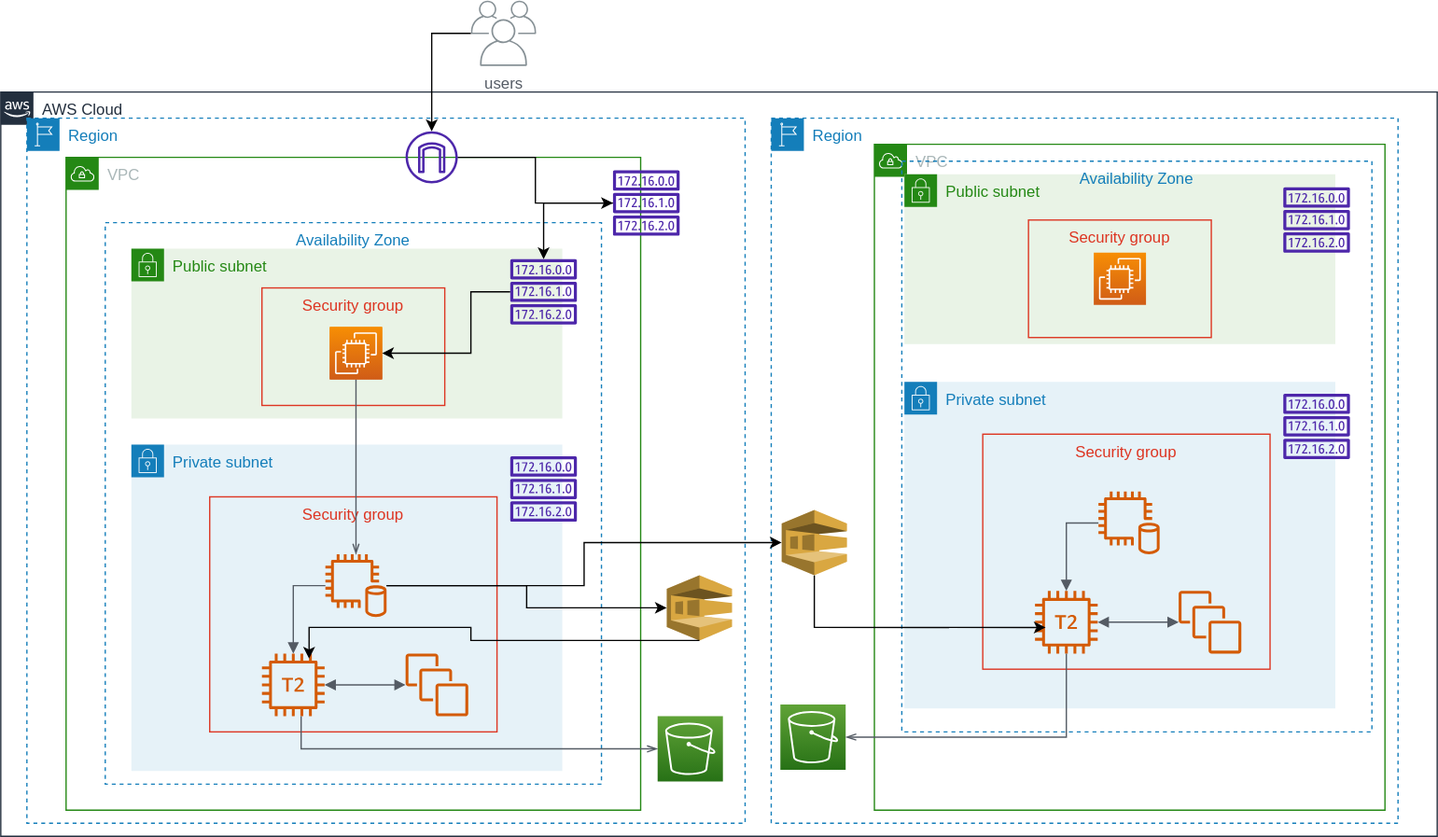
Above: Untitled Diagram.drawio.svg in chiru42/drawio_diagrams (draw.io), before the change. Source tidied: cells renumbered, new cells last; positions are measured from the earlier drawing's top-left corner, leaving out a move shared by most shapes.
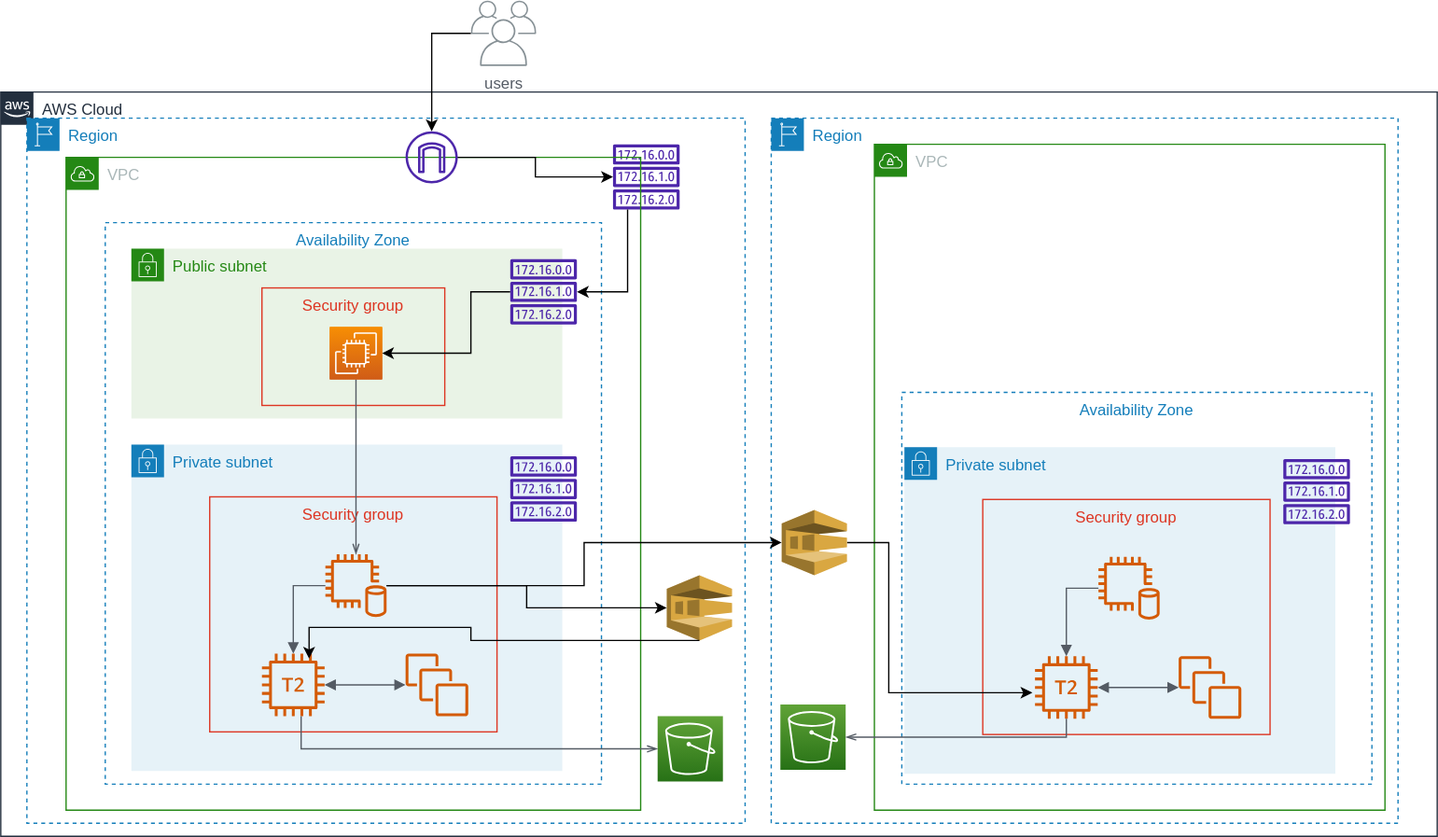
The same diagram one commit later.

Commit message:
removed webserver in Region-2

Change to the diagram source:
```diff
@@ -11,34 +11,34 @@
     <mxCell id="4" style="outlineConnect=0;dashed=0;verticalLabelPosition=bottom;verticalAlign=top;align=center;html=1;shape=mxgraph.aws3.sqs;fillColor=#D9A741;gradientColor=none;" parent="3" vertex="1">
       <mxGeometry x="490" y="350" width="50" height="50" as="geometry" />
     </mxCell>
+    <mxCell id="45" style="sketch=0;outlineConnect=0;fontColor=#232F3E;gradientColor=none;fillColor=#4D27AA;strokeColor=none;dashed=0;verticalLabelPosition=bottom;verticalAlign=top;align=center;html=1;fontSize=12;fontStyle=0;shape=mxgraph.aws4.route_table;" parent="3" vertex="1">
+      <mxGeometry x="448.7" y="20" width="51.3" height="50" as="geometry" />
+    </mxCell>
     <mxCell id="5" value="Region" style="gradientColor=none;html=1;whiteSpace=wrap;fontSize=12;fontStyle=0;shape=mxgraph.aws4.group;grIcon=mxgraph.aws4.group_region;strokeColor=#147EBA;fillColor=none;verticalAlign=top;align=left;spacingLeft=30;fontColor=#147EBA;dashed=1;" parent="2" vertex="1">
       <mxGeometry x="590" y="20" width="480" height="540" as="geometry" />
     </mxCell>
     <mxCell id="6" value="VPC" style="gradientColor=none;html=1;whiteSpace=wrap;fontSize=12;fontStyle=0;shape=mxgraph.aws4.group;grIcon=mxgraph.aws4.group_vpc;strokeColor=#248814;fillColor=none;verticalAlign=top;align=left;spacingLeft=30;fontColor=#AAB7B8;dashed=0;" parent="5" vertex="1">
       <mxGeometry x="79" y="20" width="391" height="510" as="geometry" />
     </mxCell>
-    <mxCell id="7" value="Public subnet" style="gradientColor=none;html=1;whiteSpace=wrap;fontSize=12;fontStyle=0;shape=mxgraph.aws4.group;grIcon=mxgraph.aws4.group_security_group;grStroke=0;strokeColor=#248814;fillColor=#E9F3E6;verticalAlign=top;align=left;spacingLeft=30;fontColor=#248814;dashed=0;" parent="6" vertex="1">
-      <mxGeometry x="23" y="23" width="330" height="130" as="geometry" />
-    </mxCell>
     <mxCell id="8" value="Private subnet" style="gradientColor=none;html=1;whiteSpace=wrap;fontSize=12;fontStyle=0;shape=mxgraph.aws4.group;grIcon=mxgraph.aws4.group_security_group;grStroke=0;strokeColor=#147EBA;fillColor=#E6F2F8;verticalAlign=top;align=left;spacingLeft=30;fontColor=#147EBA;dashed=0;" parent="6" vertex="1">
-      <mxGeometry x="23" y="182" width="330" height="250" as="geometry" />
+      <mxGeometry x="23" y="232" width="330" height="250" as="geometry" />
     </mxCell>
     <mxCell id="9" value="Security group" style="fillColor=none;strokeColor=#DD3522;verticalAlign=top;fontStyle=0;fontColor=#DD3522;" parent="6" vertex="1">
-      <mxGeometry x="83" y="222" width="220" height="180" as="geometry" />
+      <mxGeometry x="83" y="272" width="220" height="180" as="geometry" />
     </mxCell>
     <mxCell id="10" style="sketch=0;outlineConnect=0;fontColor=#232F3E;gradientColor=none;fillColor=#D45B07;strokeColor=none;dashed=0;verticalLabelPosition=bottom;verticalAlign=top;align=center;html=1;fontSize=12;fontStyle=0;shape=mxgraph.aws4.t2_instance;" parent="6" vertex="1">
-      <mxGeometry x="123" y="342" width="48" height="48" as="geometry" />
+      <mxGeometry x="123" y="392" width="48" height="48" as="geometry" />
     </mxCell>
     <mxCell id="11" style="sketch=0;outlineConnect=0;fontColor=#232F3E;gradientColor=none;fillColor=#D45B07;strokeColor=none;dashed=0;verticalLabelPosition=bottom;verticalAlign=top;align=center;html=1;fontSize=12;fontStyle=0;shape=mxgraph.aws4.instances;" parent="6" vertex="1">
-      <mxGeometry x="233" y="342" width="48" height="48" as="geometry" />
+      <mxGeometry x="233" y="392" width="48" height="48" as="geometry" />
     </mxCell>
     <mxCell id="12" style="sketch=0;outlineConnect=0;fontColor=#232F3E;gradientColor=none;fillColor=#D45B07;strokeColor=none;dashed=0;verticalLabelPosition=bottom;verticalAlign=top;align=center;html=1;fontSize=12;fontStyle=0;shape=mxgraph.aws4.db_on_instance2;" parent="6" vertex="1">
-      <mxGeometry x="171" y="266" width="48" height="48" as="geometry" />
+      <mxGeometry x="171" y="316" width="48" height="48" as="geometry" />
     </mxCell>
     <mxCell id="13" style="edgeStyle=orthogonalEdgeStyle;html=1;endArrow=block;elbow=vertical;startArrow=none;endFill=1;strokeColor=#545B64;rounded=0;" parent="6" edge="1" source="12" target="10">
       <mxGeometry relative="1" as="geometry">
         <Array as="points">
-          <mxPoint x="147" y="290" />
+          <mxPoint x="147" y="340" />
         </Array>
       </mxGeometry>
     </mxCell>
@@ -46,27 +46,20 @@
       <mxGeometry relative="1" as="geometry" />
     </mxCell>
     <mxCell id="15" style="sketch=0;fontColor=#232F3E;gradientColor=none;fillColor=#4D27AA;strokeColor=none;dashed=0;verticalLabelPosition=bottom;verticalAlign=top;align=center;html=1;fontSize=12;fontStyle=0;shape=mxgraph.aws4.route_table;" parent="6" vertex="1">
-      <mxGeometry x="313" y="191" width="51.3" height="50" as="geometry" />
+      <mxGeometry x="313" y="241" width="51.3" height="50" as="geometry" />
     </mxCell>
     <mxCell id="16" value="Availability Zone" style="fillColor=none;strokeColor=#147EBA;dashed=1;verticalAlign=top;fontStyle=0;fontColor=#147EBA;" parent="6" vertex="1">
-      <mxGeometry x="21" y="13" width="360" height="437" as="geometry" />
+      <mxGeometry x="21" y="190" width="360" height="300" as="geometry" />
     </mxCell>
-    <mxCell id="17" style="sketch=0;fontColor=#232F3E;gradientColor=none;fillColor=#4D27AA;strokeColor=none;dashed=0;verticalLabelPosition=bottom;verticalAlign=top;align=center;html=1;fontSize=12;fontStyle=0;shape=mxgraph.aws4.route_table;" parent="6" vertex="1">
-      <mxGeometry x="313" y="33" width="51.3" height="50" as="geometry" />
-    </mxCell>
-    <mxCell id="18" style="sketch=0;fontColor=#232F3E;gradientColor=#F78E04;gradientDirection=north;fillColor=#D05C17;strokeColor=#ffffff;dashed=0;verticalLabelPosition=bottom;verticalAlign=top;align=center;html=1;fontSize=12;fontStyle=0;shape=mxgraph.aws4.resourceIcon;resIcon=mxgraph.aws4.ec2;" parent="6" vertex="1">
-      <mxGeometry x="168" y="83" width="40" height="40" as="geometry" />
-    </mxCell>
-    <mxCell id="19" value="Security group" style="fillColor=none;strokeColor=#DD3522;verticalAlign=top;fontStyle=0;fontColor=#DD3522;" parent="6" vertex="1">
-      <mxGeometry x="118" y="58" width="140" height="90" as="geometry" />
-    </mxCell>
-    <mxCell id="20" style="edgeStyle=orthogonalEdgeStyle;rounded=0;jettySize=auto;html=1;exitX=0.5;exitY=1;exitDx=0;exitDy=0;exitPerimeter=0;entryX=0.306;entryY=0.817;entryDx=0;entryDy=0;entryPerimeter=0;" parent="6" edge="1" source="21" target="16">
-      <mxGeometry relative="1" as="geometry">
-        <Array as="points">
-          <mxPoint x="-46" y="370" />
-        </Array>
-      </mxGeometry>
-    </mxCell>
+    <mxCell id="53" style="edgeStyle=orthogonalEdgeStyle;rounded=0;jettySize=auto;html=1;" parent="6" edge="1" source="21">
+      <mxGeometry relative="1" as="geometry">
+        <mxPoint x="121" y="420" as="targetPoint" />
+        <Array as="points">
+          <mxPoint x="11" y="305" />
+          <mxPoint x="11" y="420" />
+        </Array>
+      </mxGeometry>
+    </mxCell>
     <mxCell id="21" style="outlineConnect=0;dashed=0;verticalLabelPosition=bottom;verticalAlign=top;align=center;html=1;shape=mxgraph.aws3.sqs;fillColor=#D9A741;gradientColor=none;" parent="6" vertex="1">
       <mxGeometry x="-71" y="280" width="50" height="50" as="geometry" />
     </mxCell>
@@ -133,9 +126,6 @@
     <mxCell id="38" style="edgeStyle=orthogonalEdgeStyle;html=1;endArrow=block;elbow=vertical;startArrow=block;startFill=1;endFill=1;strokeColor=#545B64;rounded=0;" parent="24" edge="1" source="31" target="32">
       <mxGeometry relative="1" as="geometry" />
     </mxCell>
-    <mxCell id="39" style="edgeStyle=orthogonalEdgeStyle;rounded=0;jettySize=auto;html=1;" parent="24" edge="1" source="40" target="45">
-      <mxGeometry relative="1" as="geometry" />
-    </mxCell>
     <mxCell id="40" style="sketch=0;outlineConnect=0;fontColor=#232F3E;gradientColor=none;fillColor=#4D27AA;strokeColor=none;dashed=0;verticalLabelPosition=bottom;verticalAlign=top;align=center;html=1;fontSize=12;fontStyle=0;shape=mxgraph.aws4.internet_gateway;" parent="24" vertex="1">
       <mxGeometry x="260" y="-20" width="40" height="40" as="geometry" />
     </mxCell>
@@ -153,12 +143,6 @@
     <mxCell id="43" style="sketch=0;fontColor=#232F3E;gradientColor=none;fillColor=#4D27AA;strokeColor=none;dashed=0;verticalLabelPosition=bottom;verticalAlign=top;align=center;html=1;fontSize=12;fontStyle=0;shape=mxgraph.aws4.route_table;" parent="24" vertex="1">
       <mxGeometry x="340" y="229" width="51.3" height="50" as="geometry" />
     </mxCell>
-    <mxCell id="44" style="edgeStyle=orthogonalEdgeStyle;rounded=0;jettySize=auto;html=1;" parent="24" edge="1" source="45" target="42">
-      <mxGeometry relative="1" as="geometry" />
-    </mxCell>
-    <mxCell id="45" style="sketch=0;outlineConnect=0;fontColor=#232F3E;gradientColor=none;fillColor=#4D27AA;strokeColor=none;dashed=0;verticalLabelPosition=bottom;verticalAlign=top;align=center;html=1;fontSize=12;fontStyle=0;shape=mxgraph.aws4.route_table;" parent="24" vertex="1">
-      <mxGeometry x="418.7" y="10" width="51.3" height="50" as="geometry" />
-    </mxCell>
     <mxCell id="46" style="sketch=0;fontColor=#232F3E;gradientColor=#F78E04;gradientDirection=north;fillColor=#D05C17;strokeColor=#ffffff;dashed=0;verticalLabelPosition=bottom;verticalAlign=top;align=center;html=1;fontSize=12;fontStyle=0;shape=mxgraph.aws4.resourceIcon;resIcon=mxgraph.aws4.ec2;" parent="24" vertex="1">
       <mxGeometry x="202" y="130" width="40" height="40" as="geometry" />
     </mxCell>
@@ -181,6 +165,16 @@
     <mxCell id="50" style="edgeStyle=orthogonalEdgeStyle;rounded=0;jettySize=auto;html=1;" parent="2" edge="1" source="33" target="21">
       <mxGeometry relative="1" as="geometry" />
     </mxCell>
+    <mxCell id="39" style="edgeStyle=orthogonalEdgeStyle;rounded=0;jettySize=auto;html=1;" parent="2" edge="1" source="40" target="45">
+      <mxGeometry relative="1" as="geometry" />
+    </mxCell>
+    <mxCell id="44" style="edgeStyle=orthogonalEdgeStyle;rounded=0;jettySize=auto;html=1;" parent="2" edge="1" source="45" target="42">
+      <mxGeometry relative="1" as="geometry">
+        <Array as="points">
+          <mxPoint x="480" y="153" />
+        </Array>
+      </mxGeometry>
+    </mxCell>
     <mxCell id="51" style="edgeStyle=orthogonalEdgeStyle;rounded=0;jettySize=auto;html=1;" parent="1" edge="1" source="52" target="40">
       <mxGeometry relative="1" as="geometry" />
     </mxCell>
```
